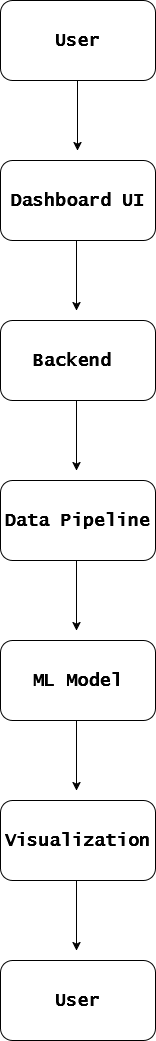
Above: workflow/workflow_diagram.png in Zekee1/ai-air-pollution-prediction (draw.io), before the change. Source tidied: cells renumbered, new cells last; positions are measured from the earlier drawing's top-left corner, leaving out a move shared by most shapes.
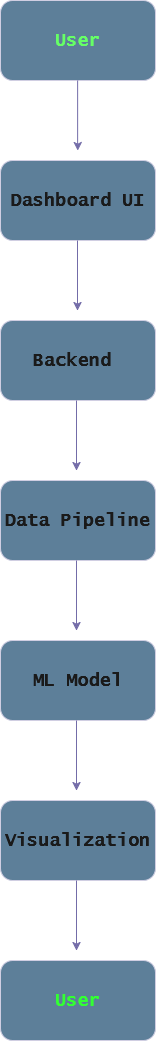
The same file after the commit.

Commit message:
Change style of workflow diagram

Change to the diagram source:
```diff
@@ -2,62 +2,62 @@
   <root>
     <mxCell id="0" />
     <mxCell id="1" parent="0" />
-    <mxCell id="2" value="&lt;h2&gt;&lt;font face=&quot;Lucida Console&quot;&gt;Visualization&lt;/font&gt;&lt;/h2&gt;" style="rounded=1;whiteSpace=wrap;html=1;" parent="1" vertex="1">
+    <mxCell id="2" value="&lt;h2&gt;&lt;font face=&quot;Lucida Console&quot;&gt;Visualization&lt;/font&gt;&lt;/h2&gt;" style="rounded=1;whiteSpace=wrap;html=1;labelBackgroundColor=none;fillColor=#5D7F99;strokeColor=#D0CEE2;fontColor=#1A1A1A;" parent="1" vertex="1">
       <mxGeometry y="800" width="155" height="80" as="geometry" />
     </mxCell>
-    <mxCell id="3" value="&lt;h2&gt;&lt;font face=&quot;Lucida Console&quot;&gt;ML Model&lt;/font&gt;&lt;/h2&gt;" style="rounded=1;whiteSpace=wrap;html=1;" parent="1" vertex="1">
+    <mxCell id="3" value="&lt;h2&gt;&lt;font face=&quot;Lucida Console&quot;&gt;ML Model&lt;/font&gt;&lt;/h2&gt;" style="rounded=1;whiteSpace=wrap;html=1;labelBackgroundColor=none;fillColor=#5D7F99;strokeColor=#D0CEE2;fontColor=#1A1A1A;" parent="1" vertex="1">
       <mxGeometry y="640" width="155" height="80" as="geometry" />
     </mxCell>
-    <mxCell id="4" value="&lt;h2&gt;&lt;font face=&quot;Lucida Console&quot; style=&quot;color: light-dark(rgb(0, 0, 0), rgb(51, 255, 51));&quot;&gt;User&lt;/font&gt;&lt;/h2&gt;" style="rounded=1;whiteSpace=wrap;html=1;" parent="1" vertex="1">
+    <mxCell id="4" value="&lt;h2&gt;&lt;font face=&quot;Lucida Console&quot; style=&quot;color: rgb(51, 255, 51);&quot;&gt;User&lt;/font&gt;&lt;/h2&gt;" style="rounded=1;whiteSpace=wrap;html=1;labelBackgroundColor=none;fillColor=#5D7F99;strokeColor=#D0CEE2;fontColor=#1A1A1A;" parent="1" vertex="1">
       <mxGeometry y="960" width="155" height="80" as="geometry" />
     </mxCell>
-    <mxCell id="5" value="&lt;h2&gt;&lt;font face=&quot;Lucida Console&quot; style=&quot;color: light-dark(rgb(0, 0, 0), rgb(51, 255, 51));&quot;&gt;User&lt;/font&gt;&lt;/h2&gt;" style="rounded=1;whiteSpace=wrap;html=1;" parent="1" vertex="1">
+    <mxCell id="5" value="&lt;h2&gt;&lt;font face=&quot;Lucida Console&quot; style=&quot;color: rgb(102, 255, 102);&quot;&gt;User&lt;/font&gt;&lt;/h2&gt;" style="rounded=1;whiteSpace=wrap;html=1;labelBackgroundColor=none;fillColor=#5D7F99;strokeColor=#D0CEE2;fontColor=#1A1A1A;" parent="1" vertex="1">
       <mxGeometry width="155" height="80" as="geometry" />
     </mxCell>
-    <mxCell id="6" value="&lt;h2&gt;&lt;font face=&quot;Lucida Console&quot;&gt;Backend&amp;nbsp;&lt;/font&gt;&lt;/h2&gt;" style="rounded=1;whiteSpace=wrap;html=1;" parent="1" vertex="1">
+    <mxCell id="6" value="&lt;h2&gt;&lt;font face=&quot;Lucida Console&quot;&gt;Backend&amp;nbsp;&lt;/font&gt;&lt;/h2&gt;" style="rounded=1;whiteSpace=wrap;html=1;labelBackgroundColor=none;fillColor=#5D7F99;strokeColor=#D0CEE2;fontColor=#1A1A1A;" parent="1" vertex="1">
       <mxGeometry y="320" width="155" height="80" as="geometry" />
     </mxCell>
-    <mxCell id="7" value="&lt;h2&gt;&lt;font face=&quot;Lucida Console&quot;&gt;Dashboard UI&lt;/font&gt;&lt;/h2&gt;" style="rounded=1;whiteSpace=wrap;html=1;" parent="1" vertex="1">
+    <mxCell id="7" value="&lt;h2&gt;&lt;font face=&quot;Lucida Console&quot;&gt;Dashboard UI&lt;/font&gt;&lt;/h2&gt;" style="rounded=1;whiteSpace=wrap;html=1;labelBackgroundColor=none;fillColor=#5D7F99;strokeColor=#D0CEE2;fontColor=#1A1A1A;" parent="1" vertex="1">
       <mxGeometry y="160" width="155" height="80" as="geometry" />
     </mxCell>
-    <mxCell id="8" value="&lt;h2&gt;&lt;font face=&quot;Lucida Console&quot;&gt;Data Pipeline&lt;/font&gt;&lt;/h2&gt;" style="rounded=1;whiteSpace=wrap;html=1;" parent="1" vertex="1">
+    <mxCell id="8" value="&lt;h2&gt;&lt;font face=&quot;Lucida Console&quot;&gt;Data Pipeline&lt;/font&gt;&lt;/h2&gt;" style="rounded=1;whiteSpace=wrap;html=1;labelBackgroundColor=none;fillColor=#5D7F99;strokeColor=#D0CEE2;fontColor=#1A1A1A;" parent="1" vertex="1">
       <mxGeometry y="480" width="155" height="80" as="geometry" />
     </mxCell>
-    <mxCell id="9" style="endArrow=classic;html=1;rounded=0;endFill=1;" parent="1" edge="1">
-      <mxGeometry relative="1" as="geometry">
-        <mxPoint x="77" y="80" as="sourcePoint" />
-        <mxPoint x="77" y="150" as="targetPoint" />
-      </mxGeometry>
-    </mxCell>
-    <mxCell id="10" style="endArrow=classic;html=1;rounded=0;endFill=1;" parent="1" edge="1">
-      <mxGeometry relative="1" as="geometry">
-        <mxPoint x="76" y="240" as="sourcePoint" />
-        <mxPoint x="76" y="310" as="targetPoint" />
-      </mxGeometry>
-    </mxCell>
-    <mxCell id="11" style="endArrow=classic;html=1;rounded=0;endFill=1;" parent="1" edge="1">
+    <mxCell id="11" style="endArrow=classic;html=1;rounded=0;endFill=1;strokeColor=#736CA8;labelBackgroundColor=none;fontColor=default;" parent="1" edge="1">
       <mxGeometry relative="1" as="geometry">
         <mxPoint x="76" y="400" as="sourcePoint" />
         <mxPoint x="76" y="470" as="targetPoint" />
       </mxGeometry>
     </mxCell>
-    <mxCell id="12" style="endArrow=classic;html=1;rounded=0;endFill=1;" parent="1" edge="1">
+    <mxCell id="12" style="endArrow=classic;html=1;rounded=0;endFill=1;strokeColor=#736CA8;labelBackgroundColor=none;fontColor=default;" parent="1" edge="1">
       <mxGeometry relative="1" as="geometry">
         <mxPoint x="76" y="560" as="sourcePoint" />
         <mxPoint x="76" y="630" as="targetPoint" />
       </mxGeometry>
     </mxCell>
-    <mxCell id="13" style="endArrow=classic;html=1;rounded=0;endFill=1;" parent="1" edge="1">
+    <mxCell id="13" style="endArrow=classic;html=1;rounded=0;endFill=1;strokeColor=#736CA8;labelBackgroundColor=none;fontColor=default;" parent="1" edge="1">
       <mxGeometry relative="1" as="geometry">
         <mxPoint x="76" y="720" as="sourcePoint" />
         <mxPoint x="76" y="790" as="targetPoint" />
       </mxGeometry>
     </mxCell>
-    <mxCell id="14" style="endArrow=classic;html=1;rounded=0;endFill=1;" parent="1" edge="1">
+    <mxCell id="14" style="endArrow=classic;html=1;rounded=0;endFill=1;strokeColor=#736CA8;labelBackgroundColor=none;fontColor=default;" parent="1" edge="1">
       <mxGeometry relative="1" as="geometry">
         <mxPoint x="76" y="880" as="sourcePoint" />
         <mxPoint x="76" y="950" as="targetPoint" />
       </mxGeometry>
     </mxCell>
+    <mxCell id="15" style="endArrow=classic;html=1;rounded=0;endFill=1;strokeColor=#736CA8;labelBackgroundColor=none;fontColor=default;" parent="1" edge="1">
+      <mxGeometry relative="1" as="geometry">
+        <mxPoint x="77" y="240" as="sourcePoint" />
+        <mxPoint x="77" y="310" as="targetPoint" />
+      </mxGeometry>
+    </mxCell>
+    <mxCell id="16" style="endArrow=classic;html=1;rounded=0;endFill=1;strokeColor=#736CA8;labelBackgroundColor=none;fontColor=default;" parent="1" edge="1">
+      <mxGeometry relative="1" as="geometry">
+        <mxPoint x="77.1" y="80" as="sourcePoint" />
+        <mxPoint x="77.1" y="150" as="targetPoint" />
+      </mxGeometry>
+    </mxCell>
   </root>
 </mxGraphModel>
```
